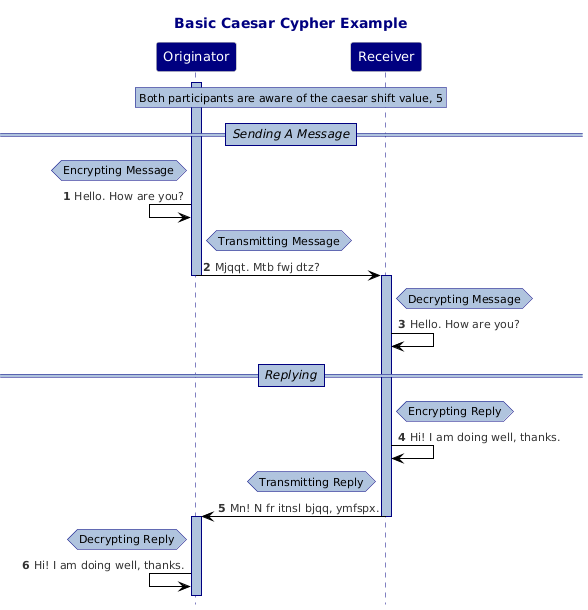
Earlier version of the PlantUML export GeneratingDiagrams/Diagrams/BasicCaesarCypherSequence.png (jbarbourmoore/Cryptography-Exploration).
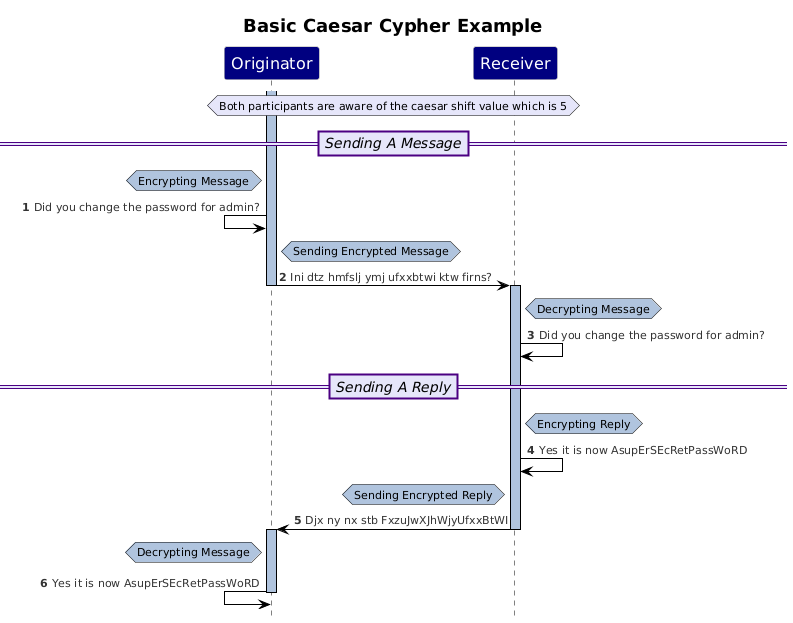
Above is the later version.

Commit message:
Updated diagram for basic caesar cypher scenario

What changed in the source:
```diff
@@ -5,38 +5,39 @@
 autonumber
 skinparam maxMessageSize 300
 skinparam NoteBackgroundColor LightSteelBlue
-skinparam NoteBorderColor Navy
+skinparam NoteBorderColor Black
 skinparam ParticipantBackgroundColor Navy
 skinparam ParticipantFontColor White
-skinparam ParticipantFontSize 13
-skinparam TitleFontColor Navy
-skinparam SequenceLifeLineBorderColor Navy
+skinparam ParticipantFontSize 16
+skinparam TitleFontSize 18
+skinparam SequenceLifeLineBorderColor Black
 skinparam SequenceLifeLineBackgroundColor LightSteelBlue
-skinparam SequenceDividerBorderThickness 1
-skinparam SequenceDividerBorderColor Navy
-skinparam SequenceDividerBackgroundColor LightSteelBlue
-skinparam SequenceDividerFontSize 12
+skinparam SequenceDividerBorderThickness 2
+skinparam SequenceDividerBorderColor Indigo
+skinparam SequenceDividerBackgroundColor Lavender
+skinparam SequenceDividerFontSize 14
 skinparam SequenceDividerFontStyle Italic
 Participant "Originator"
 Participant "Receiver"
-rnote across : Both participants are aware of the caesar shift value, 5
+hnote across  #Lavender: Both participants are aware of the caesar shift value which is 5
 ==Sending A Message==
-Activate Originator
-hnote left of Originator: Encrypting Message
-"Originator"<-"Originator": Hello. How are you?
-hnote right of Originator: Transmitting Message
-"Originator"->"Receiver": Mjqqt. Mtb fwj dtz?
-Deactivate Originator
-Activate Receiver
-hnote right of Receiver: Decrypting Message
-"Receiver"->"Receiver": Hello. How are you?
-==Replying==
-hnote right of Receiver: Encrypting Reply
-"Receiver"->"Receiver": Hi! I am doing well, thanks.
-hnote left of Receiver: Transmitting Reply
-"Receiver"->"Originator": Mn! N fr itnsl bjqq, ymfspx.
-Deactivate Receiver
-Activate Originator
-hnote left of Originator: Decrypting Reply
-"Originator"<-"Originator": Hi! I am doing well, thanks.
+Activate "Originator"
+hnote left of "Originator" : Encrypting Message
+"Originator"<-"Originator": Did you change the password for admin?
+hnote right of "Originator" : Sending Encrypted Message
+"Originator"->"Receiver": Ini dtz hmfslj ymj ufxxbtwi ktw firns?
+Deactivate "Originator"
+Activate "Receiver"
+hnote right of "Receiver" : Decrypting Message
+"Receiver"->"Receiver": Did you change the password for admin?
+==Sending A Reply==
+hnote right of "Receiver" : Encrypting Reply
+"Receiver"->"Receiver": Yes it is now AsupErSEcRetPassWoRD
+hnote left of "Receiver" : Sending Encrypted Reply
+"Receiver"->"Originator": Djx ny nx stb FxzuJwXJhWjyUfxxBtWI
+Deactivate "Receiver"
+Activate "Originator"
+hnote left of "Originator" : Decrypting Message
+"Originator"<-"Originator": Yes it is now AsupErSEcRetPassWoRD
+Deactivate "Originator"
 @enduml
```
